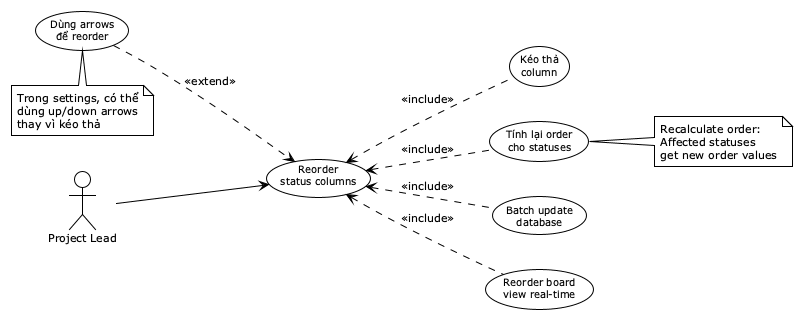
The PlantUML diagram reports/dat-examples/report/images/uc04_3_reorder_status.png in toantran292/datn, before a commit. The source it was exported from:
```plantuml
@startuml
!theme plain
skinparam defaultFontSize 11
skinparam usecaseFontSize 10

left to right direction

actor "Project Lead" as PL

usecase "Reorder\nstatus columns" as UC_Reorder
usecase "Kéo thả\ncolumn" as UC_DragDrop
usecase "Tính lại order\ncho statuses" as UC_RecalcOrder
usecase "Batch update\ndatabase" as UC_BatchUpdate
usecase "Reorder board\nview real-time" as UC_UpdateBoard
usecase "Dùng arrows\nđể reorder" as UC_UseArrows

PL --> UC_Reorder

UC_DragDrop .up.> UC_Reorder : <<include>>
UC_RecalcOrder .up.> UC_Reorder : <<include>>
UC_BatchUpdate .up.> UC_Reorder : <<include>>
UC_UpdateBoard .up.> UC_Reorder : <<include>>

UC_UseArrows ..> UC_Reorder : <<extend>>

note right of UC_RecalcOrder
  Recalculate order:
  Affected statuses
  get new order values
end note

note bottom of UC_UseArrows
  Trong settings, có thể
  dùng up/down arrows
  thay vì kéo thả
end note

@enduml
```
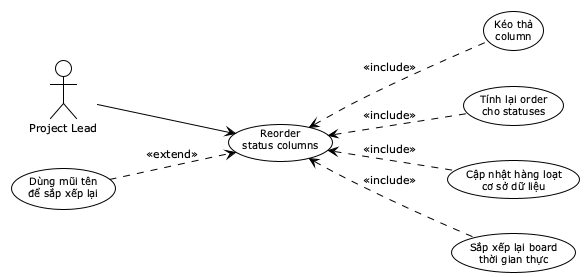
The same file after the commit.

Change to the diagram source:
```diff
@@ -10,9 +10,9 @@
 usecase "Reorder\nstatus columns" as UC_Reorder
 usecase "Kéo thả\ncolumn" as UC_DragDrop
 usecase "Tính lại order\ncho statuses" as UC_RecalcOrder
-usecase "Batch update\ndatabase" as UC_BatchUpdate
-usecase "Reorder board\nview real-time" as UC_UpdateBoard
-usecase "Dùng arrows\nđể reorder" as UC_UseArrows
+usecase "Cập nhật hàng loạt\ncơ sở dữ liệu" as UC_BatchUpdate
+usecase "Sắp xếp lại board\nthời gian thực" as UC_UpdateBoard
+usecase "Dùng mũi tên\nđể sắp xếp lại" as UC_UseArrows
 
 PL --> UC_Reorder
 
@@ -23,16 +23,6 @@
 
 UC_UseArrows ..> UC_Reorder : <<extend>>
 
-note right of UC_RecalcOrder
-  Recalculate order:
-  Affected statuses
-  get new order values
-end note
 
-note bottom of UC_UseArrows
-  Trong settings, có thể
-  dùng up/down arrows
-  thay vì kéo thả
-end note
 
 @enduml
```
